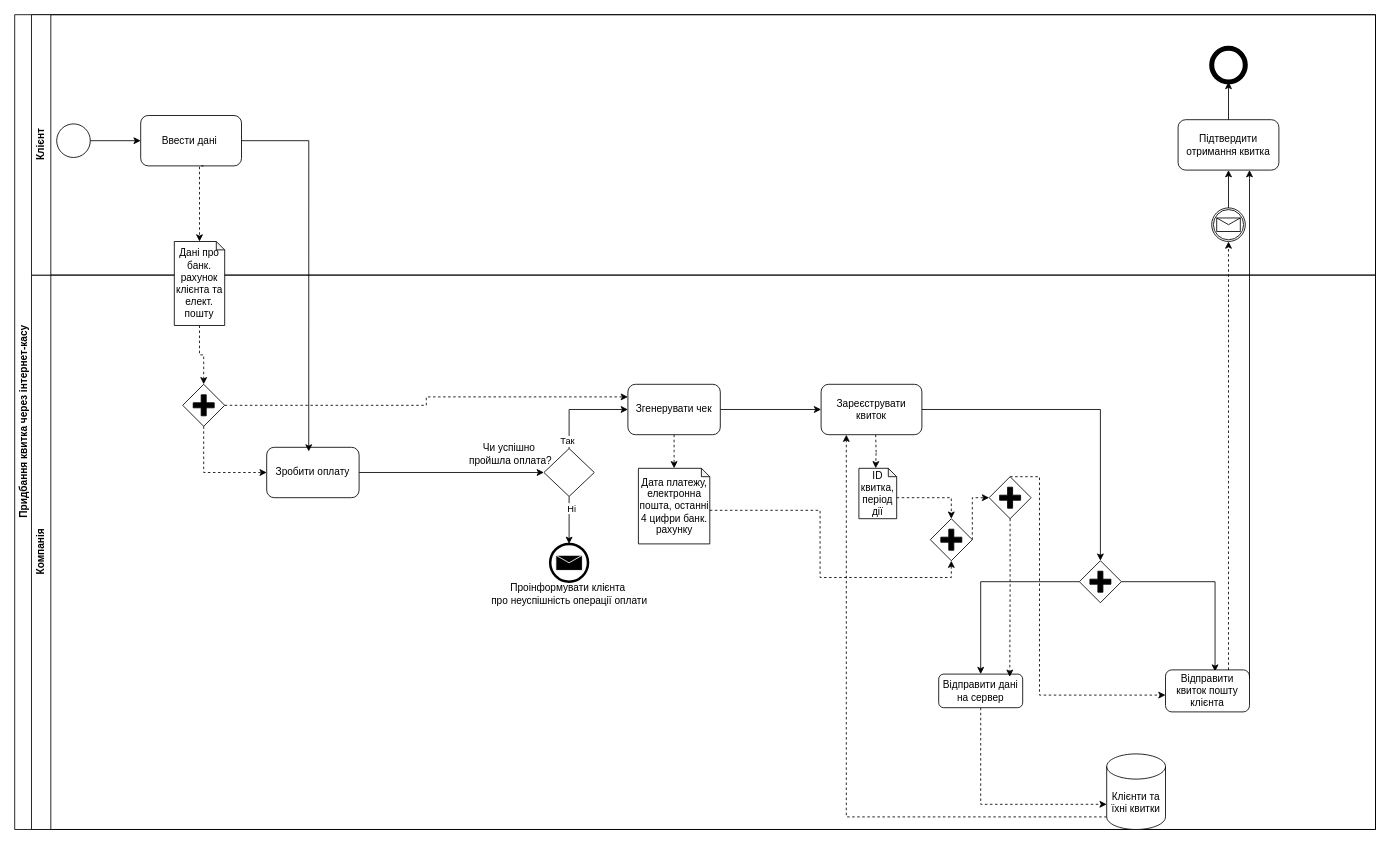
Before: bnpm.drawio in n3wb1e05/qa-qc-labs, a draw.io diagram. Source tidied: cells renumbered, new cells numbered last; positions are measured from the earlier drawing's top-left corner, leaving out a move shared by most shapes. Both pictures are drawn from the tidied source at 84%, with x=0, y=0 at pixel (14, 14).
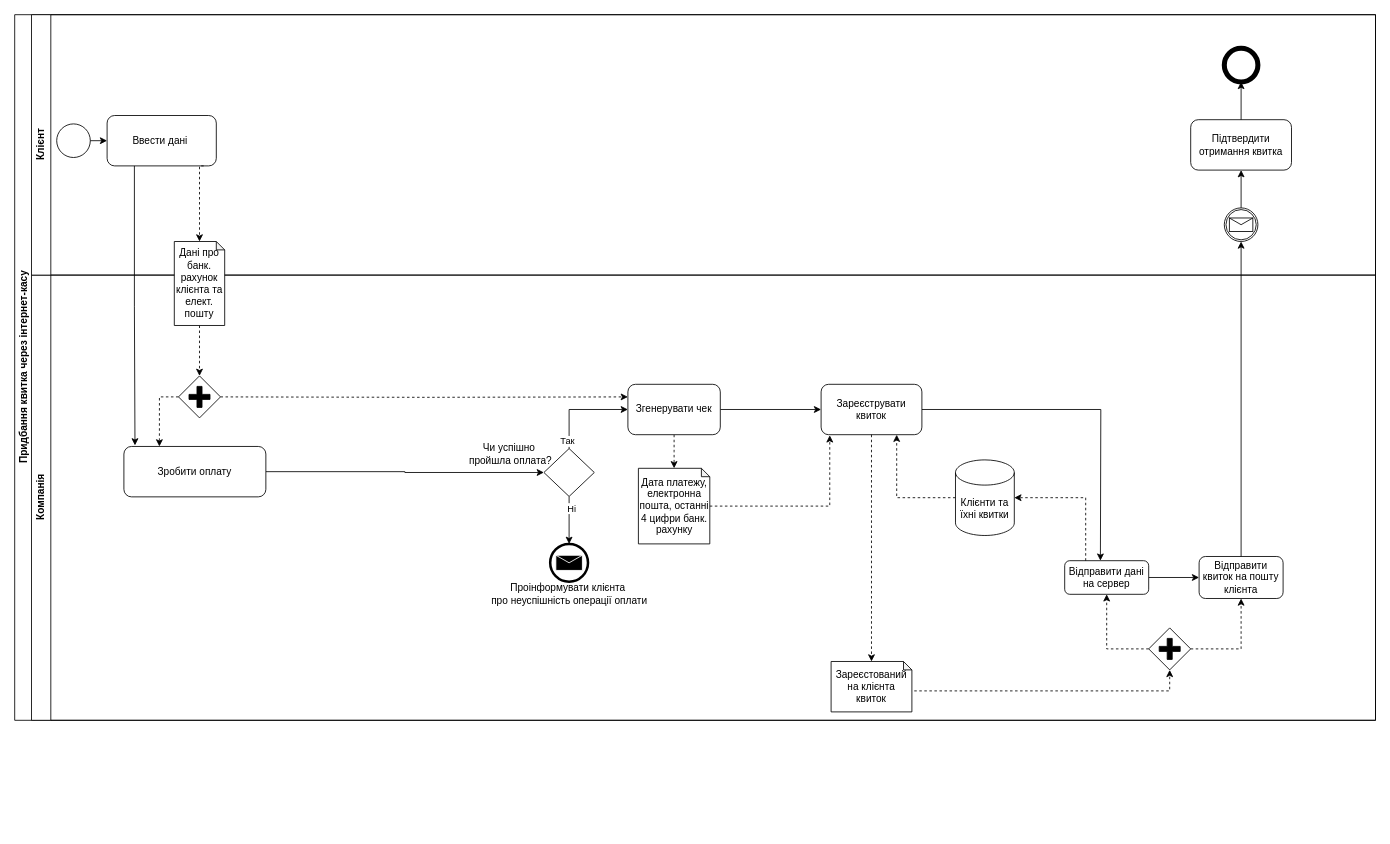
After the change.

Unchanged cells that the change refers to:
```xml
<mxCell id="8" style="rhombus;whiteSpace=wrap;html=1;" parent="3" vertex="1">
  <mxGeometry x="610" y="206.5" width="60" height="57" as="geometry" />
</mxCell>
<mxCell id="29" value="Зареєструвати квиток" style="rounded=1;whiteSpace=wrap;html=1;" parent="3" vertex="1">
  <mxGeometry x="940" y="130" width="120" height="60" as="geometry" />
</mxCell>
<mxCell id="34" value="Згенерувати чек" style="rounded=1;whiteSpace=wrap;html=1;" parent="3" vertex="1">
  <mxGeometry x="710" y="130" width="110" height="60" as="geometry" />
</mxCell>
<mxCell id="35" value="Дата платежу, електронна пошта, останні 4 цифри банк. рахунку" style="shape=note;whiteSpace=wrap;html=1;backgroundOutline=1;darkOpacity=0.05;size=10;" parent="3" vertex="1">
  <mxGeometry x="722.5" y="230" width="85" height="90" as="geometry" />
</mxCell>
<mxCell id="42" value="Клієнт" style="swimlane;horizontal=0;whiteSpace=wrap;html=1;startSize=23;" parent="2" vertex="1">
  <mxGeometry x="20" width="1600" height="310" as="geometry" />
</mxCell>
<mxCell id="56" value="Дані про банк. рахунок клієнта та елект. пошту" style="shape=note;whiteSpace=wrap;html=1;backgroundOutline=1;darkOpacity=0.05;size=10;" parent="1" vertex="1">
  <mxGeometry x="190" y="270" width="60" height="100" as="geometry" />
</mxCell>
```

Diff of the diagram source:
```diff
@@
     <mxCell id="2" value="Придбання квитка через інтернет-касу" style="swimlane;horizontal=0;whiteSpace=wrap;html=1;" parent="1" vertex="1">
-      <mxGeometry width="1620" height="970" as="geometry" />
+      <mxGeometry width="1620" height="840" as="geometry" />
     </mxCell>
     <mxCell id="3" value="Компанія" style="swimlane;horizontal=0;whiteSpace=wrap;html=1;" parent="2" vertex="1">
-      <mxGeometry x="20" y="310" width="1600" height="660" as="geometry" />
+      <mxGeometry x="20" y="310" width="1600" height="530" as="geometry" />
     </mxCell>
-    <mxCell id="4" style="edgeStyle=orthogonalEdgeStyle;rounded=0;jettySize=auto;html=1;entryX=0;entryY=0.5;entryDx=0;entryDy=0;" parent="3" edge="1" source="5" target="8">
+    <mxCell id="4" style="edgeStyle=orthogonalEdgeStyle;rounded=0;jettySize=auto;html=1;exitX=1;exitY=0.5;exitDx=0;exitDy=0;entryX=0;entryY=0.5;entryDx=0;entryDy=0;" parent="3" edge="1" source="5" target="8">
       <mxGeometry relative="1" as="geometry" />
     </mxCell>
     <mxCell id="5" value="Зробити оплату" style="rounded=1;whiteSpace=wrap;html=1;" parent="3" vertex="1">
-      <mxGeometry x="280" y="205" width="110" height="60" as="geometry" />
+      <mxGeometry x="110" y="204" width="169" height="60" as="geometry" />
     </mxCell>
@@
-    <mxCell id="13" style="edgeStyle=orthogonalEdgeStyle;rounded=0;orthogonalLoop=1;jettySize=auto;html=1;exitX=0.5;exitY=1;exitDx=0;exitDy=0;exitPerimeter=0;dashed=1;" parent="3" edge="1">
-      <mxGeometry relative="1" as="geometry">
-        <mxPoint x="1005" y="190" as="sourcePoint" />
-        <mxPoint x="1005" y="230" as="targetPoint" />
-      </mxGeometry>
-    </mxCell>
-    <mxCell id="14" style="edgeStyle=orthogonalEdgeStyle;rounded=0;jettySize=auto;html=1;entryX=0.5;entryY=0;entryDx=0;entryDy=0;entryPerimeter=0;exitX=1;exitY=0.5;exitDx=0;exitDy=0;" parent="3" edge="1" source="29" target="22">
-      <mxGeometry relative="1" as="geometry" />
+    <mxCell id="14" style="edgeStyle=orthogonalEdgeStyle;rounded=0;jettySize=auto;html=1;entryX=0.5;entryY=0;entryDx=0;entryDy=0;entryPerimeter=0;exitX=1;exitY=0.5;exitDx=0;exitDy=0;" parent="3" edge="1" source="29">
+      <mxGeometry relative="1" as="geometry">
+        <mxPoint x="1272.5" y="340" as="targetPoint" />
+      </mxGeometry>
     </mxCell>
-    <mxCell id="15" style="edgeStyle=orthogonalEdgeStyle;rounded=0;jettySize=auto;html=1;exitX=0;exitY=1;exitDx=0;exitDy=-15;exitPerimeter=0;dashed=1;entryX=0.25;entryY=1;entryDx=0;entryDy=0;" parent="3" edge="1" source="16" target="29">
+    <mxCell id="15" style="edgeStyle=orthogonalEdgeStyle;rounded=0;jettySize=auto;html=1;exitX=0;exitY=0.5;exitDx=0;exitDy=0;exitPerimeter=0;entryX=0.75;entryY=1;entryDx=0;entryDy=0;dashed=1;" parent="3" edge="1" source="16" target="29">
       <mxGeometry relative="1" as="geometry" />
     </mxCell>
     <mxCell id="16" value="&lt;span style=&quot;background-color: initial;&quot;&gt;Клієнти та їхні квитки&lt;/span&gt;" style="shape=cylinder3;whiteSpace=wrap;html=1;boundedLbl=1;backgroundOutline=1;size=15;" parent="3" vertex="1">
-      <mxGeometry x="1280" y="570" width="70" height="90" as="geometry" />
+      <mxGeometry x="1100" y="220" width="70" height="90" as="geometry" />
     </mxCell>
-    <mxCell id="17" style="edgeStyle=orthogonalEdgeStyle;rounded=0;jettySize=auto;html=1;dashed=1;entryX=0;entryY=0;entryDx=0;entryDy=60;entryPerimeter=0;exitX=0.5;exitY=1;exitDx=0;exitDy=0;" parent="3" edge="1" source="23" target="16">
-      <mxGeometry relative="1" as="geometry" />
-    </mxCell>
-    <mxCell id="18" value="&lt;div&gt;&lt;br&gt;&lt;/div&gt;" style="edgeLabel;html=1;align=center;verticalAlign=middle;" parent="17" vertex="1">
-      <mxGeometry x="0.99" y="-1" relative="1" as="geometry" />
-    </mxCell>
+    <mxCell id="57" style="edgeStyle=orthogonalEdgeStyle;rounded=0;jettySize=auto;html=1;exitX=0;exitY=0;exitDx=45;exitDy=35;exitPerimeter=0;entryX=0.5;entryY=1;entryDx=0;entryDy=0;entryPerimeter=0;dashed=1;" parent="3" edge="1" source="19" target="65">
+      <mxGeometry relative="1" as="geometry" />
+    </mxCell>
-    <mxCell id="19" value="ID квитка, період дії" style="shape=note;whiteSpace=wrap;html=1;backgroundOutline=1;darkOpacity=0.05;size=10;" parent="3" vertex="1">
-      <mxGeometry x="985" y="230" width="45" height="60" as="geometry" />
+    <mxCell id="19" value="Зареєстований на клієнта квиток" style="shape=note;whiteSpace=wrap;html=1;backgroundOutline=1;darkOpacity=0.05;size=10;" parent="3" vertex="1">
+      <mxGeometry x="951.9" y="460" width="96.2" height="60" as="geometry" />
     </mxCell>
-    <mxCell id="20" style="edgeStyle=orthogonalEdgeStyle;rounded=0;jettySize=auto;html=1;exitX=1;exitY=0.5;exitDx=0;exitDy=0;exitPerimeter=0;entryX=0.59;entryY=0.04;entryDx=0;entryDy=0;entryPerimeter=0;" parent="3" edge="1" source="22" target="24">
-      <mxGeometry relative="1" as="geometry" />
-    </mxCell>
-    <mxCell id="21" style="edgeStyle=orthogonalEdgeStyle;rounded=0;jettySize=auto;html=1;exitX=0;exitY=0.5;exitDx=0;exitDy=0;exitPerimeter=0;entryX=0.5;entryY=0;entryDx=0;entryDy=0;" parent="3" edge="1" source="22" target="23">
-      <mxGeometry relative="1" as="geometry" />
-    </mxCell>
-    <mxCell id="22" style="points=[[0.25,0.25,0],[0.5,0,0],[0.75,0.25,0],[1,0.5,0],[0.75,0.75,0],[0.5,1,0],[0.25,0.75,0],[0,0.5,0]];shape=mxgraph.bpmn.gateway2;html=1;verticalLabelPosition=bottom;labelBackgroundColor=#ffffff;verticalAlign=top;align=center;perimeter=rhombusPerimeter;outlineConnect=0;outline=none;symbol=none;gwType=parallel;" parent="3" vertex="1">
-      <mxGeometry x="1247.5" y="340" width="50" height="50" as="geometry" />
-    </mxCell>
-    <mxCell id="23" value="Відправити дані на сервер" style="rounded=1;whiteSpace=wrap;html=1;" parent="3" vertex="1">
-      <mxGeometry x="1080" y="475" width="100" height="40" as="geometry" />
-    </mxCell>
-    <mxCell id="24" value="Відправити квиток пошту клієнта" style="rounded=1;whiteSpace=wrap;html=1;" parent="3" vertex="1">
-      <mxGeometry x="1350" y="470" width="100" height="50" as="geometry" />
+    <mxCell id="24" value="Відправити квиток на пошту клієнта" style="rounded=1;whiteSpace=wrap;html=1;" parent="3" vertex="1">
+      <mxGeometry x="1390" y="335" width="100" height="50" as="geometry" />
     </mxCell>
-    <mxCell id="25" style="edgeStyle=orthogonalEdgeStyle;rounded=0;jettySize=auto;html=1;entryX=0;entryY=0.6;entryDx=0;entryDy=0;entryPerimeter=0;dashed=1;exitX=0.5;exitY=0;exitDx=0;exitDy=0;exitPerimeter=0;" parent="3" edge="1" source="27" target="24">
-      <mxGeometry relative="1" as="geometry">
-        <Array as="points">
-          <mxPoint x="1200" y="240" />
-          <mxPoint x="1200" y="500" />
-        </Array>
-      </mxGeometry>
-    </mxCell>
-    <mxCell id="26" style="edgeStyle=orthogonalEdgeStyle;rounded=0;jettySize=auto;html=1;exitX=0;exitY=0;exitDx=45;exitDy=35;exitPerimeter=0;entryX=0.5;entryY=0;entryDx=0;entryDy=0;entryPerimeter=0;dashed=1;" parent="3" edge="1" source="19" target="39">
-      <mxGeometry relative="1" as="geometry" />
-    </mxCell>
-    <mxCell id="27" style="points=[[0.25,0.25,0],[0.5,0,0],[0.75,0.25,0],[1,0.5,0],[0.75,0.75,0],[0.5,1,0],[0.25,0.75,0],[0,0.5,0]];shape=mxgraph.bpmn.gateway2;html=1;verticalLabelPosition=bottom;labelBackgroundColor=#ffffff;verticalAlign=top;align=center;perimeter=rhombusPerimeter;outlineConnect=0;outline=none;symbol=none;gwType=parallel;" parent="3" vertex="1">
-      <mxGeometry x="1140" y="240" width="50" height="50" as="geometry" />
-    </mxCell>
-    <mxCell id="28" style="edgeStyle=orthogonalEdgeStyle;rounded=0;jettySize=auto;html=1;exitX=0.5;exitY=1;exitDx=0;exitDy=0;exitPerimeter=0;entryX=0.846;entryY=0.08;entryDx=0;entryDy=0;entryPerimeter=0;dashed=1;" parent="3" edge="1" source="27" target="23">
-      <mxGeometry relative="1" as="geometry" />
-    </mxCell>
@@
-    <mxCell id="36" style="edgeStyle=orthogonalEdgeStyle;rounded=0;jettySize=auto;html=1;exitX=0.5;exitY=1;exitDx=0;exitDy=0;exitPerimeter=0;entryX=0;entryY=0.5;entryDx=0;entryDy=0;dashed=1;" parent="3" edge="1" source="38" target="5">
-      <mxGeometry relative="1" as="geometry" />
-    </mxCell>
-    <mxCell id="37" style="edgeStyle=orthogonalEdgeStyle;rounded=0;jettySize=auto;html=1;exitX=1;exitY=0.5;exitDx=0;exitDy=0;exitPerimeter=0;entryX=0;entryY=0.25;entryDx=0;entryDy=0;dashed=1;" parent="3" edge="1" source="38" target="34">
-      <mxGeometry relative="1" as="geometry" />
+    <mxCell id="37" style="edgeStyle=orthogonalEdgeStyle;rounded=0;jettySize=auto;html=1;exitX=1;exitY=0.5;exitDx=0;exitDy=0;exitPerimeter=0;entryX=0;entryY=0.25;entryDx=0;entryDy=0;dashed=1;" parent="3" edge="1" target="34">
+      <mxGeometry relative="1" as="geometry">
+        <mxPoint x="225" y="145" as="sourcePoint" />
+      </mxGeometry>
     </mxCell>
-    <mxCell id="38" style="points=[[0.25,0.25,0],[0.5,0,0],[0.75,0.25,0],[1,0.5,0],[0.75,0.75,0],[0.5,1,0],[0.25,0.75,0],[0,0.5,0]];shape=mxgraph.bpmn.gateway2;html=1;verticalLabelPosition=bottom;labelBackgroundColor=#ffffff;verticalAlign=top;align=center;perimeter=rhombusPerimeter;outlineConnect=0;outline=none;symbol=none;gwType=parallel;" parent="3" vertex="1">
-      <mxGeometry x="180" y="130" width="50" height="50" as="geometry" />
-    </mxCell>
-    <mxCell id="39" style="points=[[0.25,0.25,0],[0.5,0,0],[0.75,0.25,0],[1,0.5,0],[0.75,0.75,0],[0.5,1,0],[0.25,0.75,0],[0,0.5,0]];shape=mxgraph.bpmn.gateway2;html=1;verticalLabelPosition=bottom;labelBackgroundColor=#ffffff;verticalAlign=top;align=center;perimeter=rhombusPerimeter;outlineConnect=0;outline=none;symbol=none;gwType=parallel;" parent="3" vertex="1">
-      <mxGeometry x="1070" y="290" width="50" height="50" as="geometry" />
-    </mxCell>
-    <mxCell id="40" style="edgeStyle=orthogonalEdgeStyle;rounded=0;jettySize=auto;html=1;exitX=0;exitY=0;exitDx=85;exitDy=50;exitPerimeter=0;entryX=0.5;entryY=1;entryDx=0;entryDy=0;entryPerimeter=0;dashed=1;" parent="3" edge="1" source="35" target="39">
-      <mxGeometry relative="1" as="geometry" />
-    </mxCell>
-    <mxCell id="41" style="edgeStyle=orthogonalEdgeStyle;rounded=0;jettySize=auto;html=1;exitX=1;exitY=0.5;exitDx=0;exitDy=0;exitPerimeter=0;entryX=0;entryY=0.5;entryDx=0;entryDy=0;entryPerimeter=0;dashed=1;" parent="3" edge="1" source="39" target="27">
-      <mxGeometry relative="1" as="geometry">
-        <Array as="points">
-          <mxPoint x="1120" y="265" />
-        </Array>
-      </mxGeometry>
-    </mxCell>
+    <mxCell id="58" style="edgeStyle=orthogonalEdgeStyle;rounded=0;jettySize=auto;html=1;exitX=1;exitY=0.5;exitDx=0;exitDy=0;entryX=0;entryY=0.5;entryDx=0;entryDy=0;" parent="3" edge="1" source="23" target="24">
+      <mxGeometry relative="1" as="geometry" />
+    </mxCell>
+    <mxCell id="23" value="Відправити дані на сервер" style="rounded=1;whiteSpace=wrap;html=1;" parent="3" vertex="1">
+      <mxGeometry x="1230" y="340" width="100" height="40" as="geometry" />
+    </mxCell>
+    <mxCell id="59" style="edgeStyle=orthogonalEdgeStyle;rounded=0;jettySize=auto;html=1;entryX=0.086;entryY=1.012;entryDx=0;entryDy=0;entryPerimeter=0;dashed=1;" parent="3" edge="1" source="35" target="29">
+      <mxGeometry relative="1" as="geometry" />
+    </mxCell>
+    <mxCell id="60" style="edgeStyle=orthogonalEdgeStyle;rounded=0;jettySize=auto;html=1;exitX=0.5;exitY=1;exitDx=0;exitDy=0;entryX=0.5;entryY=0;entryDx=0;entryDy=0;entryPerimeter=0;dashed=1;" parent="3" edge="1" source="29" target="19">
+      <mxGeometry relative="1" as="geometry" />
+    </mxCell>
+    <mxCell id="17" style="edgeStyle=orthogonalEdgeStyle;rounded=0;jettySize=auto;html=1;exitX=0.25;exitY=0;exitDx=0;exitDy=0;entryX=1;entryY=0.5;entryDx=0;entryDy=0;entryPerimeter=0;dashed=1;" parent="3" edge="1" source="23" target="16">
+      <mxGeometry relative="1" as="geometry" />
+    </mxCell>
+    <mxCell id="61" style="edgeStyle=orthogonalEdgeStyle;rounded=0;jettySize=auto;html=1;exitX=0;exitY=0.5;exitDx=0;exitDy=0;exitPerimeter=0;entryX=0.25;entryY=0;entryDx=0;entryDy=0;dashed=1;" parent="3" edge="1" source="62" target="5">
+      <mxGeometry relative="1" as="geometry" />
+    </mxCell>
+    <mxCell id="62" style="points=[[0.25,0.25,0],[0.5,0,0],[0.75,0.25,0],[1,0.5,0],[0.75,0.75,0],[0.5,1,0],[0.25,0.75,0],[0,0.5,0]];shape=mxgraph.bpmn.gateway2;html=1;verticalLabelPosition=bottom;labelBackgroundColor=#ffffff;verticalAlign=top;align=center;perimeter=rhombusPerimeter;outlineConnect=0;outline=none;symbol=none;gwType=parallel;" parent="3" vertex="1">
+      <mxGeometry x="175" y="120" width="50" height="50" as="geometry" />
+    </mxCell>
+    <mxCell id="63" style="edgeStyle=orthogonalEdgeStyle;rounded=0;jettySize=auto;html=1;exitX=0;exitY=0.5;exitDx=0;exitDy=0;exitPerimeter=0;entryX=0.5;entryY=1;entryDx=0;entryDy=0;dashed=1;" parent="3" edge="1" source="65" target="23">
+      <mxGeometry relative="1" as="geometry" />
+    </mxCell>
+    <mxCell id="64" style="edgeStyle=orthogonalEdgeStyle;rounded=0;jettySize=auto;html=1;entryX=0.5;entryY=1;entryDx=0;entryDy=0;dashed=1;" parent="3" edge="1" source="65" target="24">
+      <mxGeometry relative="1" as="geometry" />
+    </mxCell>
+    <mxCell id="65" style="points=[[0.25,0.25,0],[0.5,0,0],[0.75,0.25,0],[1,0.5,0],[0.75,0.75,0],[0.5,1,0],[0.25,0.75,0],[0,0.5,0]];shape=mxgraph.bpmn.gateway2;html=1;verticalLabelPosition=bottom;labelBackgroundColor=#ffffff;verticalAlign=top;align=center;perimeter=rhombusPerimeter;outlineConnect=0;outline=none;symbol=none;gwType=parallel;" parent="3" vertex="1">
+      <mxGeometry x="1330" y="420" width="50" height="50" as="geometry" />
+    </mxCell>
@@
     <mxCell id="44" value="Ввести дані&amp;nbsp;" style="rounded=1;whiteSpace=wrap;html=1;" parent="42" vertex="1">
-      <mxGeometry x="130" y="120" width="120" height="60" as="geometry" />
+      <mxGeometry x="90" y="120" width="130" height="60" as="geometry" />
     </mxCell>
@@
     <mxCell id="47" style="points=[[0.145,0.145,0],[0.5,0,0],[0.855,0.145,0],[1,0.5,0],[0.855,0.855,0],[0.5,1,0],[0.145,0.855,0],[0,0.5,0]];shape=mxgraph.bpmn.event;html=1;verticalLabelPosition=bottom;labelBackgroundColor=#ffffff;verticalAlign=top;align=center;perimeter=ellipsePerimeter;outlineConnect=0;outline=catching;symbol=message;" parent="42" vertex="1">
-      <mxGeometry x="1405" y="230" width="40" height="40" as="geometry" />
+      <mxGeometry x="1420" y="230" width="40" height="40" as="geometry" />
     </mxCell>
     <mxCell id="48" value="Підтвердити отримання квитка" style="rounded=1;whiteSpace=wrap;html=1;" parent="42" vertex="1">
-      <mxGeometry x="1365" y="125" width="120" height="60" as="geometry" />
+      <mxGeometry x="1380" y="125" width="120" height="60" as="geometry" />
     </mxCell>
-    <mxCell id="49" style="points=[[0.145,0.145,0],[0.5,0,0],[0.855,0.145,0],[1,0.5,0],[0.855,0.855,0],[0.5,1,0],[0.145,0.855,0],[0,0.5,0]];shape=mxgraph.bpmn.event;html=1;verticalLabelPosition=bottom;labelBackgroundColor=#ffffff;verticalAlign=top;align=center;perimeter=ellipsePerimeter;outlineConnect=0;outline=end;symbol=terminate2;strokeWidth=2;" parent="42" vertex="1">
-      <mxGeometry x="1405" y="40" width="40" height="40" as="geometry" />
-    </mxCell>
-    <mxCell id="50" style="edgeStyle=orthogonalEdgeStyle;rounded=0;jettySize=auto;html=1;exitX=0.5;exitY=0;exitDx=0;exitDy=0;entryX=0.5;entryY=1;entryDx=0;entryDy=0;entryPerimeter=0;" parent="42" edge="1" source="48" target="49">
-      <mxGeometry relative="1" as="geometry" />
-    </mxCell>
-    <mxCell id="51" style="edgeStyle=orthogonalEdgeStyle;rounded=0;orthogonalLoop=1;jettySize=auto;html=1;exitX=1;exitY=0;exitDx=0;exitDy=0;" parent="42" edge="1">
-      <mxGeometry relative="1" as="geometry">
-        <mxPoint x="1450" y="790" as="sourcePoint" />
-        <mxPoint x="1450" y="185" as="targetPoint" />
-        <Array as="points">
-          <mxPoint x="1450" y="195" />
-        </Array>
-      </mxGeometry>
-    </mxCell>
+    <mxCell id="66" style="points=[[0.145,0.145,0],[0.5,0,0],[0.855,0.145,0],[1,0.5,0],[0.855,0.855,0],[0.5,1,0],[0.145,0.855,0],[0,0.5,0]];shape=mxgraph.bpmn.event;html=1;verticalLabelPosition=bottom;labelBackgroundColor=#ffffff;verticalAlign=top;align=center;perimeter=ellipsePerimeter;outlineConnect=0;outline=end;symbol=terminate2;strokeWidth=2;" parent="42" vertex="1">
+      <mxGeometry x="1420" y="40" width="40" height="40" as="geometry" />
+    </mxCell>
+    <mxCell id="67" style="edgeStyle=orthogonalEdgeStyle;rounded=0;jettySize=auto;html=1;exitX=0.5;exitY=0;exitDx=0;exitDy=0;entryX=0.5;entryY=1;entryDx=0;entryDy=0;entryPerimeter=0;" parent="42" edge="1" source="48" target="66">
+      <mxGeometry relative="1" as="geometry" />
+    </mxCell>
@@
-    <mxCell id="53" style="edgeStyle=orthogonalEdgeStyle;rounded=0;jettySize=auto;html=1;exitX=0.75;exitY=0;exitDx=0;exitDy=0;dashed=1;" parent="2" edge="1" source="24">
-      <mxGeometry relative="1" as="geometry">
-        <mxPoint x="1445" y="270" as="targetPoint" />
-      </mxGeometry>
-    </mxCell>
-    <mxCell id="54" style="edgeStyle=orthogonalEdgeStyle;rounded=0;jettySize=auto;html=1;exitX=1;exitY=0.5;exitDx=0;exitDy=0;entryX=0.455;entryY=0.083;entryDx=0;entryDy=0;entryPerimeter=0;" parent="2" edge="1" source="44" target="5">
+    <mxCell id="54" style="edgeStyle=orthogonalEdgeStyle;rounded=0;jettySize=auto;html=1;exitX=0.25;exitY=1;exitDx=0;exitDy=0;entryX=0.078;entryY=-0.021;entryDx=0;entryDy=0;entryPerimeter=0;" parent="2" edge="1" source="44" target="5">
       <mxGeometry relative="1" as="geometry" />
     </mxCell>
-    <mxCell id="55" style="edgeStyle=orthogonalEdgeStyle;rounded=0;jettySize=auto;html=1;exitX=0.5;exitY=1;exitDx=0;exitDy=0;exitPerimeter=0;dashed=1;" parent="1" edge="1" source="56" target="38">
-      <mxGeometry relative="1" as="geometry" />
-    </mxCell>
+    <mxCell id="68" style="edgeStyle=orthogonalEdgeStyle;rounded=0;jettySize=auto;html=1;exitX=0.5;exitY=0;exitDx=0;exitDy=0;entryX=0.5;entryY=1;entryDx=0;entryDy=0;entryPerimeter=0;" parent="2" edge="1" source="24" target="47">
+      <mxGeometry relative="1" as="geometry" />
+    </mxCell>
+    <mxCell id="69" style="edgeStyle=orthogonalEdgeStyle;rounded=0;jettySize=auto;html=1;exitX=0.5;exitY=1;exitDx=0;exitDy=0;exitPerimeter=0;dashed=1;" parent="1" edge="1" source="56" target="62">
+      <mxGeometry relative="1" as="geometry" />
+    </mxCell>
```
